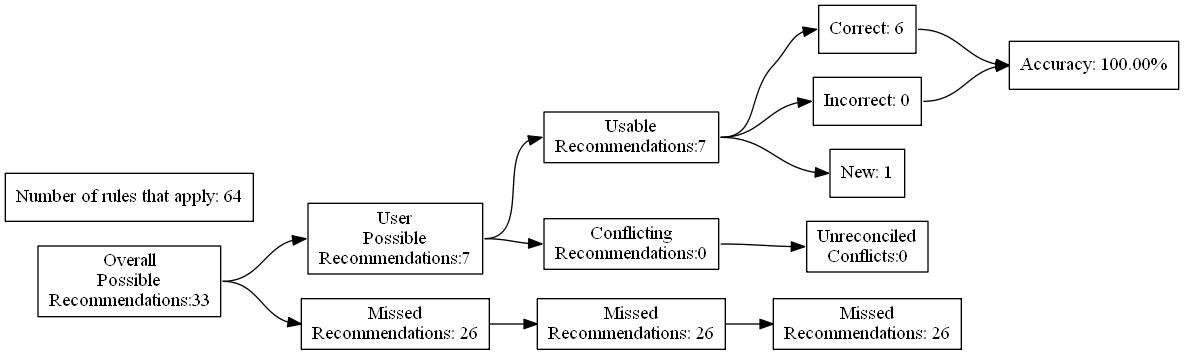
Before: test_renders/74.gv.png, a diagram exported from Graphviz (ZaxR/ibd_diet_analysis). Its source is kept beside it as test_renders/74.gv.
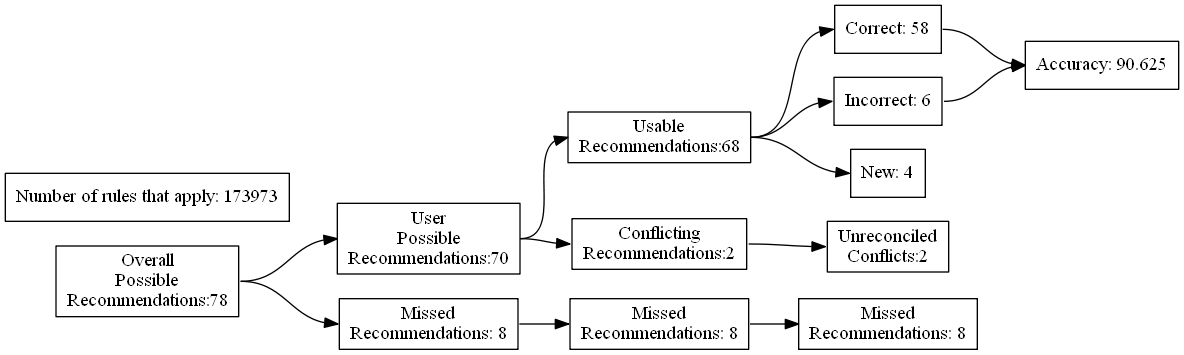
The same file after the commit.

The edit, as a diff of the source:
```diff
@@ -4,27 +4,27 @@
 	edge [headport=w tailport=e]
 		A [label="Overall
 Possible
-Recommendations:33"]
+Recommendations:78"]
 		B [label="User
 Possible
-Recommendations:7"]
+Recommendations:70"]
 		C [label="Missed
-Recommendations: 26"]
+Recommendations: 8"]
 		D [label="Usable
-Recommendations:7"]
+Recommendations:68"]
 		E [label="Conflicting
-Recommendations:0"]
+Recommendations:2"]
 		J [label="Missed
-Recommendations: 26"]
+Recommendations: 8"]
 		M [label="Unreconciled
-Conflicts:0"]
-		F [label="Correct: 6"]
-		G [label="Incorrect: 0"]
-		H [label="New: 1"]
+Conflicts:2"]
+		F [label="Correct: 58"]
+		G [label="Incorrect: 6"]
+		H [label="New: 4"]
 		K [label="Missed
-Recommendations: 26"]
-		I [label="Accuracy: 100.00%"]
-		l [label="Number of rules that apply: 64"]
+Recommendations: 8"]
+		I [label="Accuracy: 90.625"]
+		l [label="Number of rules that apply: 173973"]
 			A -> B
 			A -> C
 			B -> D
```
